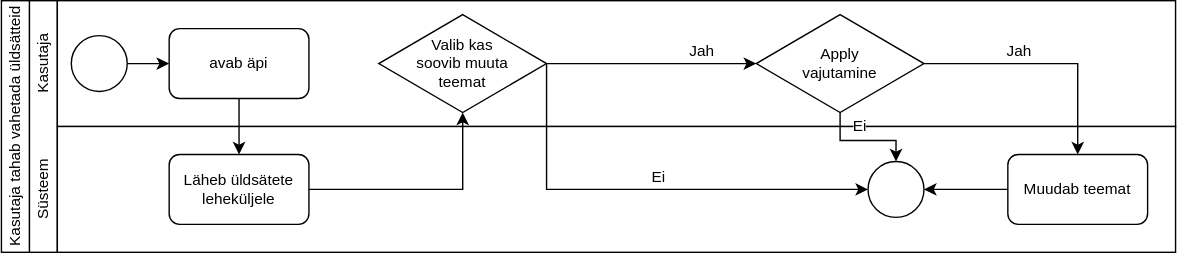
Above: Dokumendid/Tegevusdiagrammid/Tegevus diagramm.svg in p-kristjan/Elron-App-TARpe19 (draw.io), before the change. Source tidied: cells renumbered, new cells last; positions are measured from the earlier drawing's top-left corner, leaving out a move shared by most shapes.
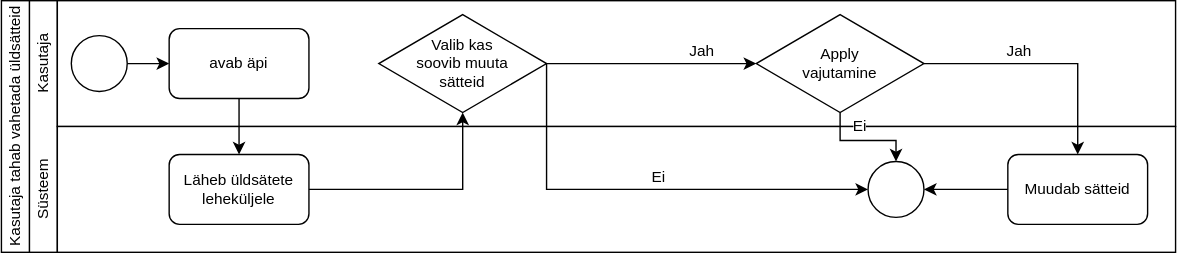
The same file after the commit.

Commit message:
Tegevusdiagramm -egert

What changed in the source:
```diff
@@ -56,7 +56,7 @@
     <mxCell id="19" style="rhombus;whiteSpace=wrap;html=1;fontSize=11;" parent="18" vertex="1">
       <mxGeometry width="120" height="70" as="geometry" />
     </mxCell>
-    <mxCell id="20" value="Valib kas soovib muuta teemat" style="text;html=1;strokeColor=none;fillColor=none;align=center;verticalAlign=middle;whiteSpace=wrap;rounded=0;fontSize=11;" parent="18" vertex="1">
+    <mxCell id="20" value="&lt;div&gt;Valib kas soovib muuta sätteid&lt;/div&gt;" style="text;html=1;strokeColor=none;fillColor=none;align=center;verticalAlign=middle;whiteSpace=wrap;rounded=0;fontSize=11;" parent="18" vertex="1">
       <mxGeometry x="20" y="25" width="80" height="20" as="geometry" />
     </mxCell>
     <mxCell id="21" style="group;" parent="1" vertex="1">
@@ -85,7 +85,7 @@
     <mxCell id="28" style="rounded=1;whiteSpace=wrap;html=1;fontSize=11;" parent="27" vertex="1">
       <mxGeometry width="100" height="50" as="geometry" />
     </mxCell>
-    <mxCell id="29" value="&lt;div&gt;Muudab teemat&lt;/div&gt;" style="text;html=1;strokeColor=none;fillColor=none;align=center;verticalAlign=middle;whiteSpace=wrap;rounded=0;fontSize=11;" parent="27" vertex="1">
+    <mxCell id="29" value="&lt;div&gt;Muudab sätteid&lt;br&gt;&lt;/div&gt;" style="text;html=1;strokeColor=none;fillColor=none;align=center;verticalAlign=middle;whiteSpace=wrap;rounded=0;fontSize=11;" parent="27" vertex="1">
       <mxGeometry y="8.3" width="100" height="33.3" as="geometry" />
     </mxCell>
     <mxCell id="30" style="edgeStyle=orthogonalEdgeStyle;rounded=0;jettySize=auto;html=1;entryX=0.5;entryY=0;entryDx=0;entryDy=0;fontSize=11;" parent="1" edge="1" source="22" target="28">
```
